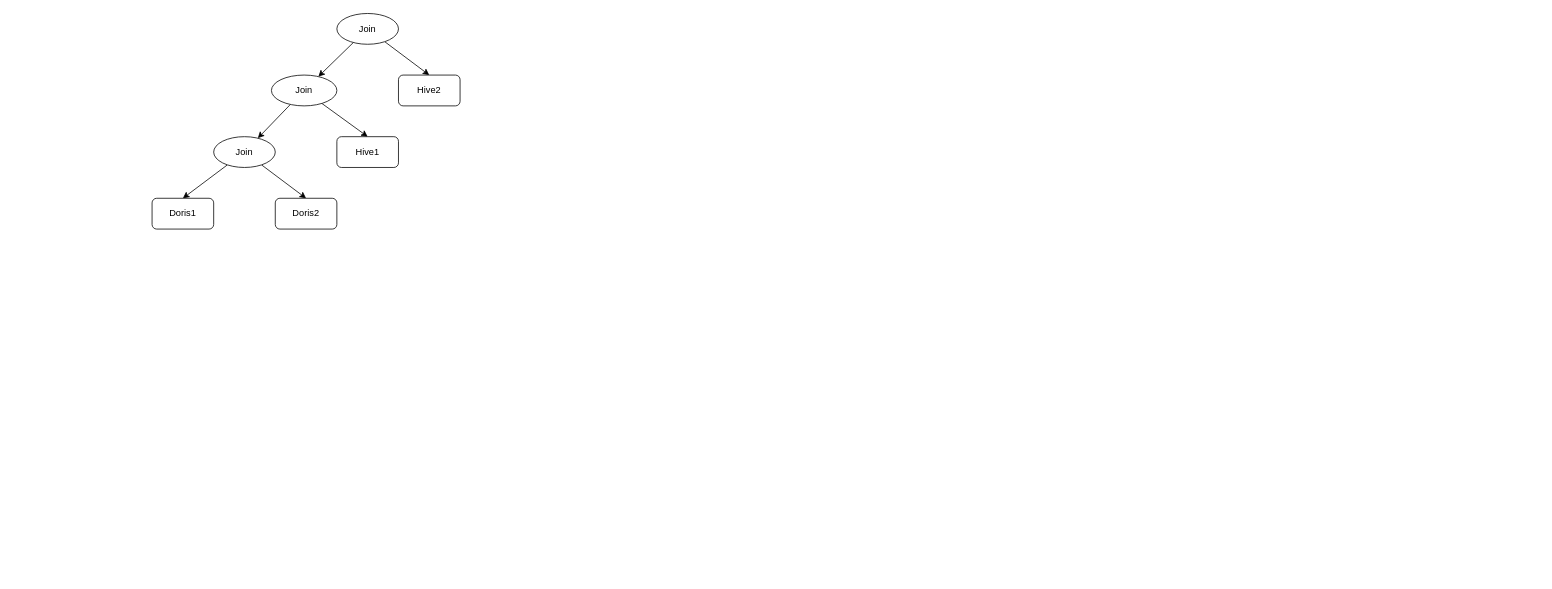
xiedeyantu/husky-task keeps this draw.io diagram as page "第 1 页" (1 of 3) of doc/未命名绘图.drawio. Above is the earlier version. Source tidied: cells renumbered, new cells numbered last; positions are measured from the earlier drawing's top-left corner, leaving out a move shared by most shapes. Both pictures are drawn from the tidied source at 77%, with x=0, y=0 at pixel (152, 13).
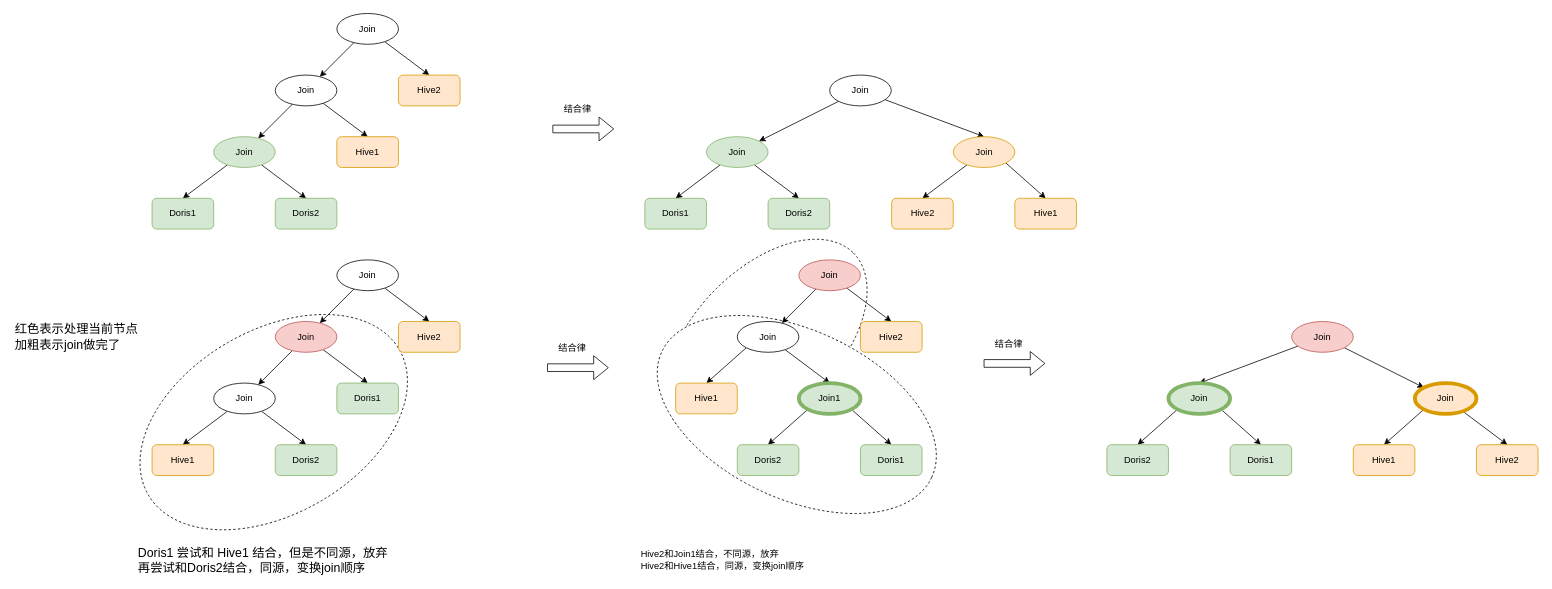
Above is the later version.

Commit message (it also covers changes not shown here):
更新未命名绘图.drawio

Change to the diagram source:
```diff
@@
+    <mxCell id="15" style="ellipse;whiteSpace=wrap;html=1;rotation=-45;dashed=1;" parent="1" vertex="1">
+      <mxGeometry x="638" y="330.9" width="319.6" height="186.3" as="geometry" />
+    </mxCell>
+    <mxCell id="16" style="ellipse;whiteSpace=wrap;html=1;rotation=-30;dashed=1;" parent="1" vertex="1">
+      <mxGeometry x="-30.3" y="411.4" width="376.6" height="238.7" as="geometry" />
+    </mxCell>
+    <mxCell id="17" style="ellipse;whiteSpace=wrap;html=1;rotation=25;dashed=1;" parent="1" vertex="1">
+      <mxGeometry x="644" y="411.3" width="386.6" height="219.1" as="geometry" />
+    </mxCell>
@@
-    <mxCell id="4" value="Join" style="ellipse;whiteSpace=wrap;html=1;" parent="1" vertex="1">
+    <mxCell id="4" value="Join" style="ellipse;whiteSpace=wrap;html=1;fillColor=#d5e8d4;strokeColor=#82b366;" parent="1" vertex="1">
       <mxGeometry x="80" y="160" width="80" height="40" as="geometry" />
     </mxCell>
@@
     <mxCell id="7" value="Join" style="ellipse;whiteSpace=wrap;html=1;" parent="1" vertex="1">
-      <mxGeometry x="155" y="80" width="85" height="40" as="geometry" />
+      <mxGeometry x="160" y="80" width="80" height="40" as="geometry" />
     </mxCell>
@@
-    <mxCell id="11" value="Doris1" style="rounded=1;whiteSpace=wrap;html=1;" parent="1" vertex="1">
+    <mxCell id="11" value="Doris1" style="rounded=1;whiteSpace=wrap;html=1;fillColor=#d5e8d4;strokeColor=#82b366;" parent="1" vertex="1">
       <mxGeometry y="240" width="80" height="40" as="geometry" />
     </mxCell>
-    <mxCell id="12" value="Doris2" style="rounded=1;whiteSpace=wrap;html=1;" parent="1" vertex="1">
+    <mxCell id="12" value="Doris2" style="rounded=1;whiteSpace=wrap;html=1;fillColor=#d5e8d4;strokeColor=#82b366;" parent="1" vertex="1">
       <mxGeometry x="160" y="240" width="80" height="40" as="geometry" />
     </mxCell>
-    <mxCell id="13" value="Hive1" style="rounded=1;whiteSpace=wrap;html=1;" parent="1" vertex="1">
+    <mxCell id="13" value="Hive1" style="rounded=1;whiteSpace=wrap;html=1;fillColor=#ffe6cc;strokeColor=#d79b00;" parent="1" vertex="1">
       <mxGeometry x="240" y="160" width="80" height="40" as="geometry" />
     </mxCell>
-    <mxCell id="14" value="Hive2" style="rounded=1;whiteSpace=wrap;html=1;" parent="1" vertex="1">
+    <mxCell id="14" value="Hive2" style="rounded=1;whiteSpace=wrap;html=1;fillColor=#ffe6cc;strokeColor=#d79b00;" parent="1" vertex="1">
       <mxGeometry x="320" y="80" width="80" height="40" as="geometry" />
     </mxCell>
+    <mxCell id="18" style="rounded=0;jettySize=auto;html=1;entryX=0.5;entryY=0;entryDx=0;entryDy=0;" parent="1" edge="1" source="20" target="27">
+      <mxGeometry relative="1" as="geometry" />
+    </mxCell>
+    <mxCell id="19" style="rounded=0;jettySize=auto;html=1;entryX=0.5;entryY=0;entryDx=0;entryDy=0;" parent="1" edge="1" source="20" target="28">
+      <mxGeometry relative="1" as="geometry" />
+    </mxCell>
+    <mxCell id="20" value="Join" style="ellipse;whiteSpace=wrap;html=1;fillColor=#d5e8d4;strokeColor=#82b366;" parent="1" vertex="1">
+      <mxGeometry x="720" y="160" width="80" height="40" as="geometry" />
+    </mxCell>
+    <mxCell id="21" style="rounded=0;jettySize=auto;html=1;" parent="1" edge="1" source="24" target="20">
+      <mxGeometry relative="1" as="geometry" />
+    </mxCell>
+    <mxCell id="22" style="rounded=0;jettySize=auto;html=1;entryX=0.5;entryY=0;entryDx=0;entryDy=0;exitX=1;exitY=1;exitDx=0;exitDy=0;" parent="1" edge="1" source="26" target="29">
+      <mxGeometry relative="1" as="geometry" />
+    </mxCell>
+    <mxCell id="23" style="rounded=0;jettySize=auto;html=1;entryX=0.5;entryY=0;entryDx=0;entryDy=0;" parent="1" edge="1" source="24" target="26">
+      <mxGeometry relative="1" as="geometry" />
+    </mxCell>
+    <mxCell id="24" value="Join" style="ellipse;whiteSpace=wrap;html=1;" parent="1" vertex="1">
+      <mxGeometry x="880" y="80" width="80" height="40" as="geometry" />
+    </mxCell>
+    <mxCell id="25" style="rounded=0;jettySize=auto;html=1;entryX=0.5;entryY=0;entryDx=0;entryDy=0;" parent="1" edge="1" source="26" target="30">
+      <mxGeometry relative="1" as="geometry" />
+    </mxCell>
+    <mxCell id="26" value="Join" style="ellipse;whiteSpace=wrap;html=1;fillColor=#ffe6cc;strokeColor=#d79b00;" parent="1" vertex="1">
+      <mxGeometry x="1040.5" y="160" width="80" height="40" as="geometry" />
+    </mxCell>
+    <mxCell id="27" value="Doris1" style="rounded=1;whiteSpace=wrap;html=1;fillColor=#d5e8d4;strokeColor=#82b366;" parent="1" vertex="1">
+      <mxGeometry x="640" y="240" width="80" height="40" as="geometry" />
+    </mxCell>
+    <mxCell id="28" value="Doris2" style="rounded=1;whiteSpace=wrap;html=1;fillColor=#d5e8d4;strokeColor=#82b366;" parent="1" vertex="1">
+      <mxGeometry x="800" y="240" width="80" height="40" as="geometry" />
+    </mxCell>
+    <mxCell id="29" value="Hive1" style="rounded=1;whiteSpace=wrap;html=1;fillColor=#ffe6cc;strokeColor=#d79b00;" parent="1" vertex="1">
+      <mxGeometry x="1120.5" y="240" width="80" height="40" as="geometry" />
+    </mxCell>
+    <mxCell id="30" value="Hive2" style="rounded=1;whiteSpace=wrap;html=1;fillColor=#ffe6cc;strokeColor=#d79b00;" parent="1" vertex="1">
+      <mxGeometry x="960.5" y="240" width="80" height="40" as="geometry" />
+    </mxCell>
+    <mxCell id="31" style="shape=flexArrow;endArrow=classic;html=1;rounded=0;" parent="1" edge="1">
+      <mxGeometry relative="1" as="geometry">
+        <mxPoint x="520" y="150" as="sourcePoint" />
+        <mxPoint x="600" y="150" as="targetPoint" />
+      </mxGeometry>
+    </mxCell>
+    <mxCell id="32" value="结合律" style="text;html=1;align=center;verticalAlign=middle;whiteSpace=wrap;rounded=0;" parent="1" vertex="1">
+      <mxGeometry x="523" y="110" width="60" height="30" as="geometry" />
+    </mxCell>
+    <mxCell id="33" style="rounded=0;jettySize=auto;html=1;entryX=0.5;entryY=0;entryDx=0;entryDy=0;" parent="1" edge="1" source="35" target="42">
+      <mxGeometry relative="1" as="geometry" />
+    </mxCell>
+    <mxCell id="34" style="rounded=0;jettySize=auto;html=1;entryX=0.5;entryY=0;entryDx=0;entryDy=0;" parent="1" edge="1" source="35" target="43">
+      <mxGeometry relative="1" as="geometry" />
+    </mxCell>
+    <mxCell id="35" value="Join" style="ellipse;whiteSpace=wrap;html=1;" parent="1" vertex="1">
+      <mxGeometry x="80" y="480" width="80" height="40" as="geometry" />
+    </mxCell>
+    <mxCell id="36" style="rounded=0;jettySize=auto;html=1;" parent="1" edge="1" source="38" target="35">
+      <mxGeometry relative="1" as="geometry" />
+    </mxCell>
+    <mxCell id="37" style="rounded=0;jettySize=auto;html=1;entryX=0.5;entryY=0;entryDx=0;entryDy=0;" parent="1" edge="1" source="38" target="44">
+      <mxGeometry relative="1" as="geometry" />
+    </mxCell>
+    <mxCell id="38" value="Join" style="ellipse;whiteSpace=wrap;html=1;fillColor=#f8cecc;strokeColor=#b85450;" parent="1" vertex="1">
+      <mxGeometry x="160" y="400" width="80" height="40" as="geometry" />
+    </mxCell>
+    <mxCell id="39" style="rounded=0;jettySize=auto;html=1;" parent="1" edge="1" source="41" target="38">
+      <mxGeometry relative="1" as="geometry" />
+    </mxCell>
+    <mxCell id="40" style="rounded=0;jettySize=auto;html=1;entryX=0.5;entryY=0;entryDx=0;entryDy=0;" parent="1" edge="1" source="41" target="45">
+      <mxGeometry relative="1" as="geometry" />
+    </mxCell>
+    <mxCell id="41" value="Join" style="ellipse;whiteSpace=wrap;html=1;" parent="1" vertex="1">
+      <mxGeometry x="240" y="320" width="80" height="40" as="geometry" />
+    </mxCell>
+    <mxCell id="42" value="Hive1" style="rounded=1;whiteSpace=wrap;html=1;fillColor=#ffe6cc;strokeColor=#d79b00;" parent="1" vertex="1">
+      <mxGeometry y="560" width="80" height="40" as="geometry" />
+    </mxCell>
+    <mxCell id="43" value="Doris2" style="rounded=1;whiteSpace=wrap;html=1;fillColor=#d5e8d4;strokeColor=#82b366;" parent="1" vertex="1">
+      <mxGeometry x="160" y="560" width="80" height="40" as="geometry" />
+    </mxCell>
+    <mxCell id="44" value="Doris1" style="rounded=1;whiteSpace=wrap;html=1;fillColor=#d5e8d4;strokeColor=#82b366;" parent="1" vertex="1">
+      <mxGeometry x="240" y="480" width="80" height="40" as="geometry" />
+    </mxCell>
+    <mxCell id="45" value="Hive2" style="rounded=1;whiteSpace=wrap;html=1;fillColor=#ffe6cc;strokeColor=#d79b00;" parent="1" vertex="1">
+      <mxGeometry x="320" y="400" width="80" height="40" as="geometry" />
+    </mxCell>
+    <mxCell id="46" style="shape=flexArrow;endArrow=classic;html=1;rounded=0;" parent="1" edge="1">
+      <mxGeometry relative="1" as="geometry">
+        <mxPoint x="513" y="460" as="sourcePoint" />
+        <mxPoint x="593" y="460" as="targetPoint" />
+      </mxGeometry>
+    </mxCell>
+    <mxCell id="47" value="结合律" style="text;html=1;align=center;verticalAlign=middle;whiteSpace=wrap;rounded=0;" parent="1" vertex="1">
+      <mxGeometry x="516" y="420" width="60" height="30" as="geometry" />
+    </mxCell>
+    <mxCell id="48" style="rounded=0;jettySize=auto;html=1;entryX=0.5;entryY=0;entryDx=0;entryDy=0;exitX=0;exitY=1;exitDx=0;exitDy=0;" parent="1" edge="1" source="52" target="56">
+      <mxGeometry relative="1" as="geometry" />
+    </mxCell>
+    <mxCell id="49" style="rounded=0;jettySize=auto;html=1;entryX=0.5;entryY=0;entryDx=0;entryDy=0;exitX=0;exitY=1;exitDx=0;exitDy=0;" parent="1" edge="1" source="61" target="57">
+      <mxGeometry relative="1" as="geometry" />
+    </mxCell>
+    <mxCell id="50" style="rounded=0;jettySize=auto;html=1;entryX=0.5;entryY=0;entryDx=0;entryDy=0;" parent="1" edge="1" source="52" target="61">
+      <mxGeometry relative="1" as="geometry" />
+    </mxCell>
+    <mxCell id="51" style="rounded=0;jettySize=auto;html=1;entryX=0.5;entryY=0;entryDx=0;entryDy=0;exitX=1;exitY=1;exitDx=0;exitDy=0;" parent="1" edge="1" source="61" target="58">
+      <mxGeometry relative="1" as="geometry" />
+    </mxCell>
+    <mxCell id="52" value="Join" style="ellipse;whiteSpace=wrap;html=1;" parent="1" vertex="1">
+      <mxGeometry x="760" y="400" width="80" height="40" as="geometry" />
+    </mxCell>
+    <mxCell id="53" style="rounded=0;jettySize=auto;html=1;" parent="1" edge="1" source="55" target="52">
+      <mxGeometry relative="1" as="geometry" />
+    </mxCell>
+    <mxCell id="54" style="rounded=0;jettySize=auto;html=1;entryX=0.5;entryY=0;entryDx=0;entryDy=0;" parent="1" edge="1" source="55" target="59">
+      <mxGeometry relative="1" as="geometry" />
+    </mxCell>
+    <mxCell id="55" value="Join" style="ellipse;whiteSpace=wrap;html=1;fillColor=#f8cecc;strokeColor=#b85450;" parent="1" vertex="1">
+      <mxGeometry x="840" y="320" width="80" height="40" as="geometry" />
+    </mxCell>
+    <mxCell id="56" value="Hive1" style="rounded=1;whiteSpace=wrap;html=1;fillColor=#ffe6cc;strokeColor=#d79b00;" parent="1" vertex="1">
+      <mxGeometry x="680" y="480" width="80" height="40" as="geometry" />
+    </mxCell>
+    <mxCell id="57" value="Doris2" style="rounded=1;whiteSpace=wrap;html=1;fillColor=#d5e8d4;strokeColor=#82b366;" parent="1" vertex="1">
+      <mxGeometry x="760" y="560" width="80" height="40" as="geometry" />
+    </mxCell>
+    <mxCell id="58" value="Doris1" style="rounded=1;whiteSpace=wrap;html=1;fillColor=#d5e8d4;strokeColor=#82b366;" parent="1" vertex="1">
+      <mxGeometry x="920" y="560" width="80" height="40" as="geometry" />
+    </mxCell>
+    <mxCell id="59" value="Hive2" style="rounded=1;whiteSpace=wrap;html=1;fillColor=#ffe6cc;strokeColor=#d79b00;" parent="1" vertex="1">
+      <mxGeometry x="920" y="400" width="80" height="40" as="geometry" />
+    </mxCell>
+    <mxCell id="60" value="&lt;font style=&quot;font-size: 16px;&quot;&gt;Doris1 尝试和 Hive1 结合，但是不同源，放弃&lt;/font&gt;&lt;div style=&quot;font-size: 16px;&quot;&gt;&lt;font style=&quot;font-size: 16px;&quot;&gt;再尝试和Doris2结合，同源，变换join顺序&lt;/font&gt;&lt;/div&gt;" style="text;html=1;align=left;verticalAlign=middle;whiteSpace=wrap;rounded=0;" parent="1" vertex="1">
+      <mxGeometry x="-20" y="690" width="510" height="40" as="geometry" />
+    </mxCell>
+    <mxCell id="61" value="Join1" style="ellipse;whiteSpace=wrap;html=1;fillColor=#d5e8d4;strokeColor=#82b366;strokeWidth=5;" parent="1" vertex="1">
+      <mxGeometry x="840" y="480" width="80" height="40" as="geometry" />
+    </mxCell>
+    <mxCell id="62" style="shape=flexArrow;endArrow=classic;html=1;rounded=0;" parent="1" edge="1">
+      <mxGeometry relative="1" as="geometry">
+        <mxPoint x="1080" y="454.5" as="sourcePoint" />
+        <mxPoint x="1160" y="454.5" as="targetPoint" />
+      </mxGeometry>
+    </mxCell>
+    <mxCell id="63" value="结合律" style="text;html=1;align=center;verticalAlign=middle;whiteSpace=wrap;rounded=0;" parent="1" vertex="1">
+      <mxGeometry x="1083" y="414.5" width="60" height="30" as="geometry" />
+    </mxCell>
+    <mxCell id="64" style="rounded=0;jettySize=auto;html=1;entryX=0.5;entryY=0;entryDx=0;entryDy=0;exitX=0;exitY=1;exitDx=0;exitDy=0;" parent="1" edge="1" source="71" target="72">
+      <mxGeometry relative="1" as="geometry" />
+    </mxCell>
+    <mxCell id="65" style="rounded=0;jettySize=auto;html=1;entryX=0.5;entryY=0;entryDx=0;entryDy=0;exitX=0;exitY=1;exitDx=0;exitDy=0;" parent="1" edge="1" source="76" target="73">
+      <mxGeometry relative="1" as="geometry" />
+    </mxCell>
+    <mxCell id="66" style="rounded=0;jettySize=auto;html=1;entryX=0.5;entryY=0;entryDx=0;entryDy=0;" parent="1" edge="1" source="69" target="76">
+      <mxGeometry relative="1" as="geometry" />
+    </mxCell>
+    <mxCell id="67" style="rounded=0;jettySize=auto;html=1;entryX=0.5;entryY=0;entryDx=0;entryDy=0;exitX=1;exitY=1;exitDx=0;exitDy=0;" parent="1" edge="1" source="76" target="74">
+      <mxGeometry relative="1" as="geometry" />
+    </mxCell>
+    <mxCell id="68" style="rounded=0;jettySize=auto;html=1;" parent="1" edge="1" source="69" target="71">
+      <mxGeometry relative="1" as="geometry" />
+    </mxCell>
+    <mxCell id="69" value="Join" style="ellipse;whiteSpace=wrap;html=1;fillColor=#f8cecc;strokeColor=#b85450;" parent="1" vertex="1">
+      <mxGeometry x="1480" y="400" width="80" height="40" as="geometry" />
+    </mxCell>
+    <mxCell id="70" style="rounded=0;jettySize=auto;html=1;entryX=0.5;entryY=0;entryDx=0;entryDy=0;" parent="1" edge="1" source="71" target="75">
+      <mxGeometry relative="1" as="geometry" />
+    </mxCell>
+    <mxCell id="71" value="Join" style="ellipse;whiteSpace=wrap;html=1;fillColor=#ffe6cc;strokeColor=#d79b00;strokeWidth=5;" parent="1" vertex="1">
+      <mxGeometry x="1640" y="480" width="80" height="40" as="geometry" />
+    </mxCell>
+    <mxCell id="72" value="Hive1" style="rounded=1;whiteSpace=wrap;html=1;fillColor=#ffe6cc;strokeColor=#d79b00;" parent="1" vertex="1">
+      <mxGeometry x="1560" y="560" width="80" height="40" as="geometry" />
+    </mxCell>
+    <mxCell id="73" value="Doris2" style="rounded=1;whiteSpace=wrap;html=1;fillColor=#d5e8d4;strokeColor=#82b366;" parent="1" vertex="1">
+      <mxGeometry x="1240" y="560" width="80" height="40" as="geometry" />
+    </mxCell>
+    <mxCell id="74" value="Doris1" style="rounded=1;whiteSpace=wrap;html=1;fillColor=#d5e8d4;strokeColor=#82b366;" parent="1" vertex="1">
+      <mxGeometry x="1400" y="560" width="80" height="40" as="geometry" />
+    </mxCell>
+    <mxCell id="75" value="Hive2" style="rounded=1;whiteSpace=wrap;html=1;fillColor=#ffe6cc;strokeColor=#d79b00;" parent="1" vertex="1">
+      <mxGeometry x="1720" y="560" width="80" height="40" as="geometry" />
+    </mxCell>
+    <mxCell id="76" value="Join" style="ellipse;whiteSpace=wrap;html=1;fillColor=#d5e8d4;strokeColor=#82b366;strokeWidth=5;" parent="1" vertex="1">
+      <mxGeometry x="1320" y="480" width="80" height="40" as="geometry" />
+    </mxCell>
+    <mxCell id="77" value="Hive2和Join1结合，不同源，放弃&lt;div&gt;Hive2和Hive1结合，同源，变换join顺序&lt;/div&gt;" style="text;html=1;align=left;verticalAlign=middle;whiteSpace=wrap;rounded=0;" parent="1" vertex="1">
+      <mxGeometry x="633" y="690" width="510" height="40" as="geometry" />
+    </mxCell>
+    <mxCell id="78" value="&lt;div style=&quot;font-size: 16px;&quot;&gt;&lt;font style=&quot;font-size: 16px;&quot;&gt;红色表示处理当前节点&lt;/font&gt;&lt;/div&gt;&lt;div style=&quot;font-size: 16px;&quot;&gt;&lt;font style=&quot;font-size: 16px;&quot;&gt;加粗表示join做完了&lt;/font&gt;&lt;/div&gt;" style="text;html=1;align=left;verticalAlign=middle;whiteSpace=wrap;rounded=0;" parent="1" vertex="1">
+      <mxGeometry x="-180" y="400" width="175" height="40" as="geometry" />
+    </mxCell>
```
